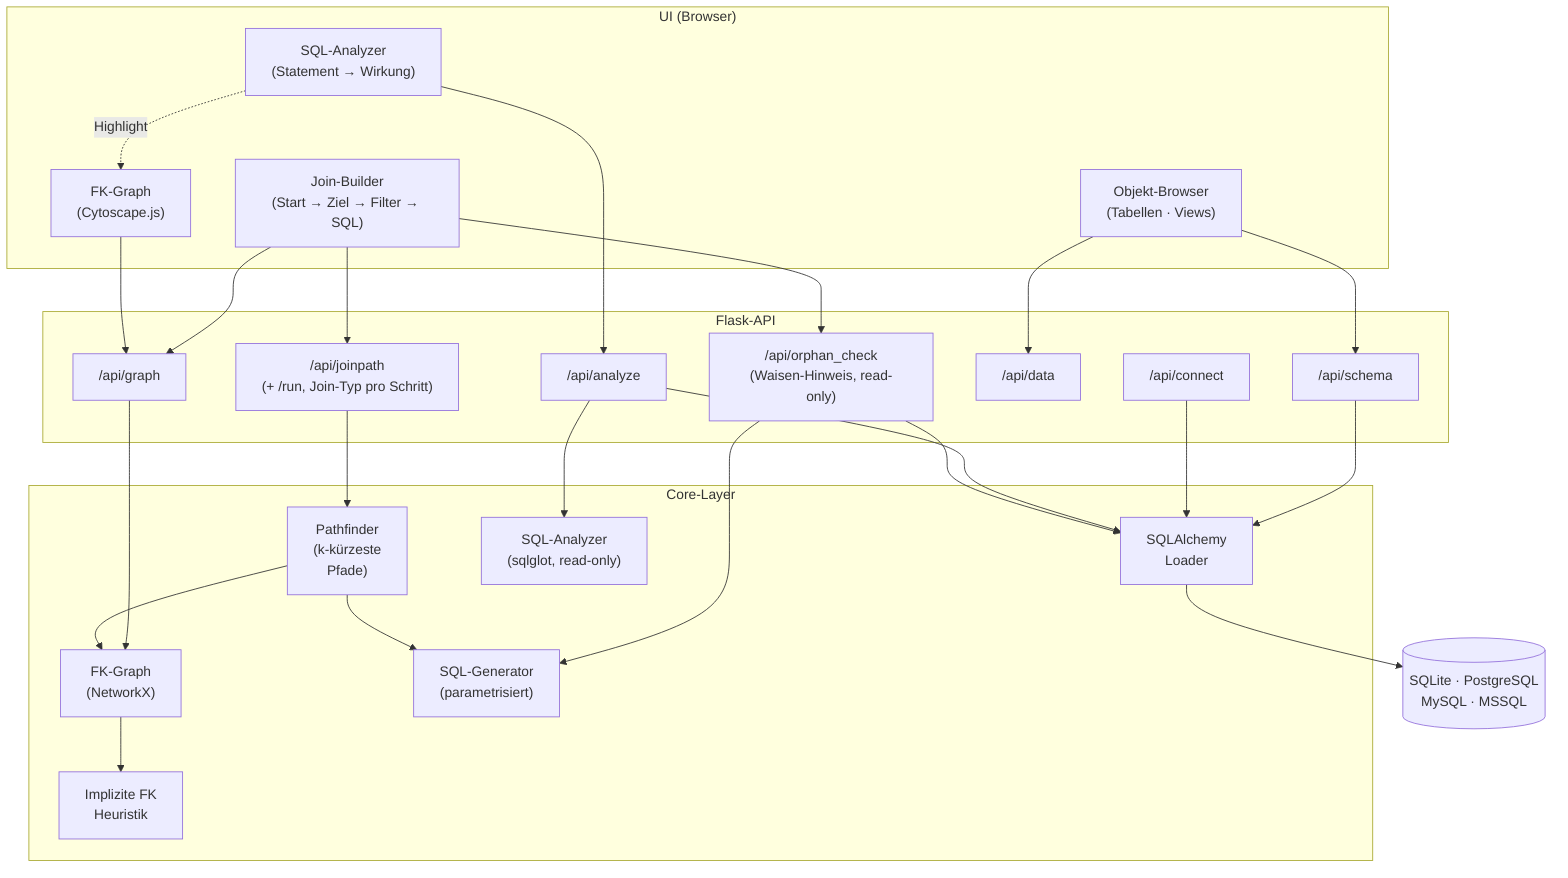
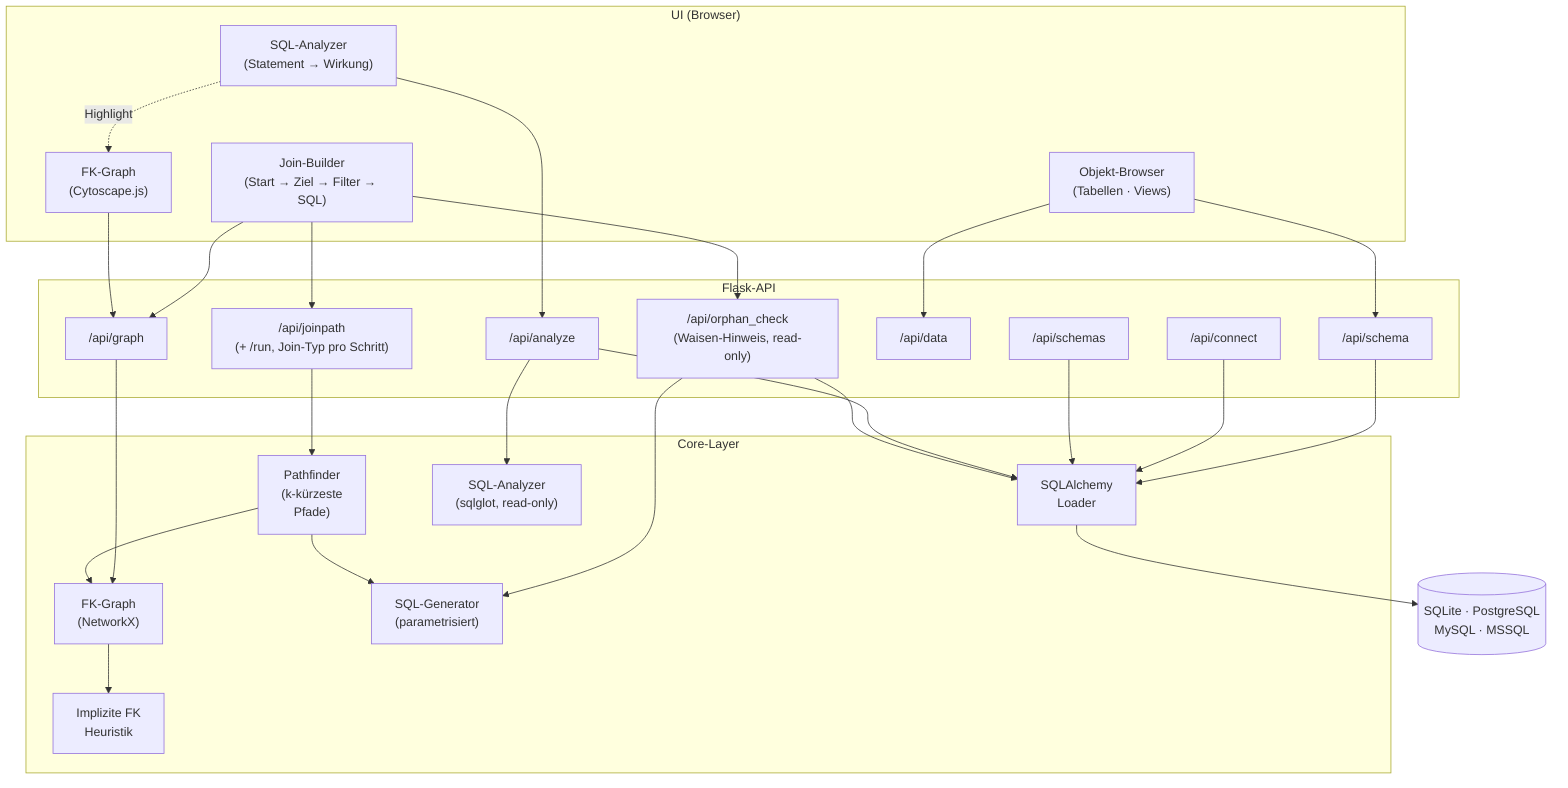
graph TB
    subgraph UI["UI (Browser)"]
        OB["Objekt-Browser\n(Tabellen · Views)"]
        JB["Join-Builder\n(Start → Ziel → Filter → SQL)"]
        AN["SQL-Analyzer\n(Statement → Wirkung)"]
        GR["FK-Graph\n(Cytoscape.js)"]
    end
    subgraph FLASK["Flask-API"]
        S["/api/schema"]
        J["/api/joinpath\n(+ /run, Join-Typ pro Schritt)"]
        OC["/api/orphan_check\n(Waisen-Hinweis, read-only)"]
        G["/api/graph"]
        D["/api/data"]
        A["/api/analyze"]
        C["/api/connect"]
+         SC["/api/schemas"]
    end
    subgraph CORE["Core-Layer"]
        SL["SQLAlchemy\nLoader"]
        BG["FK-Graph\n(NetworkX)"]
        PF["Pathfinder\n(k-kürzeste\nPfade)"]
        SG["SQL-Generator\n(parametrisiert)"]
        SA["SQL-Analyzer\n(sqlglot, read-only)"]
        IFK["Implizite FK\nHeuristik"]
    end
    DB[("SQLite · PostgreSQL\nMySQL · MSSQL")]

    OB --> S
    JB --> J
    JB --> OC
    JB --> G
    GR --> G
    OB --> D
    AN --> A
    AN -. Highlight .-> GR
    S --> SL
    J --> PF
    G --> BG
    C --> SL
+     SC --> SL
    A --> SA
    A --> SL
    OC --> SG
    OC --> SL
    SL --> DB
    PF --> BG
    PF --> SG
    BG --> IFK
